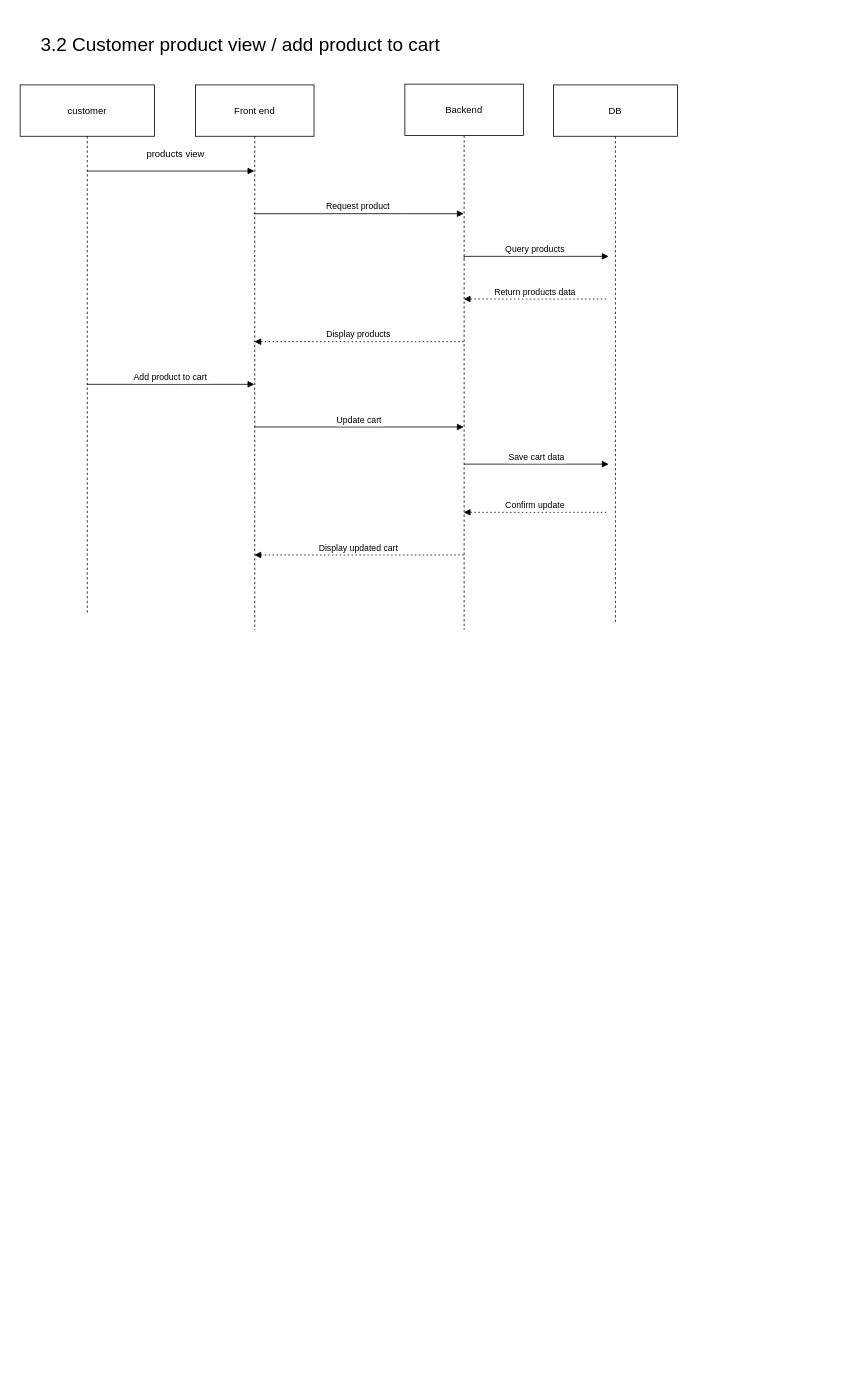
The draw.io diagram page "xem, add cart" (3 of 12) of frontend/public/diagrams/diagram.drawio in PhanDuy23/clothing-web, before the edit. Source tidied: cells renumbered, new cells numbered last; positions are measured from the earlier drawing's top-left corner, leaving out a move shared by most shapes. Both pictures are drawn from the tidied source at 79%, with x=0, y=0 at pixel (17, 27).
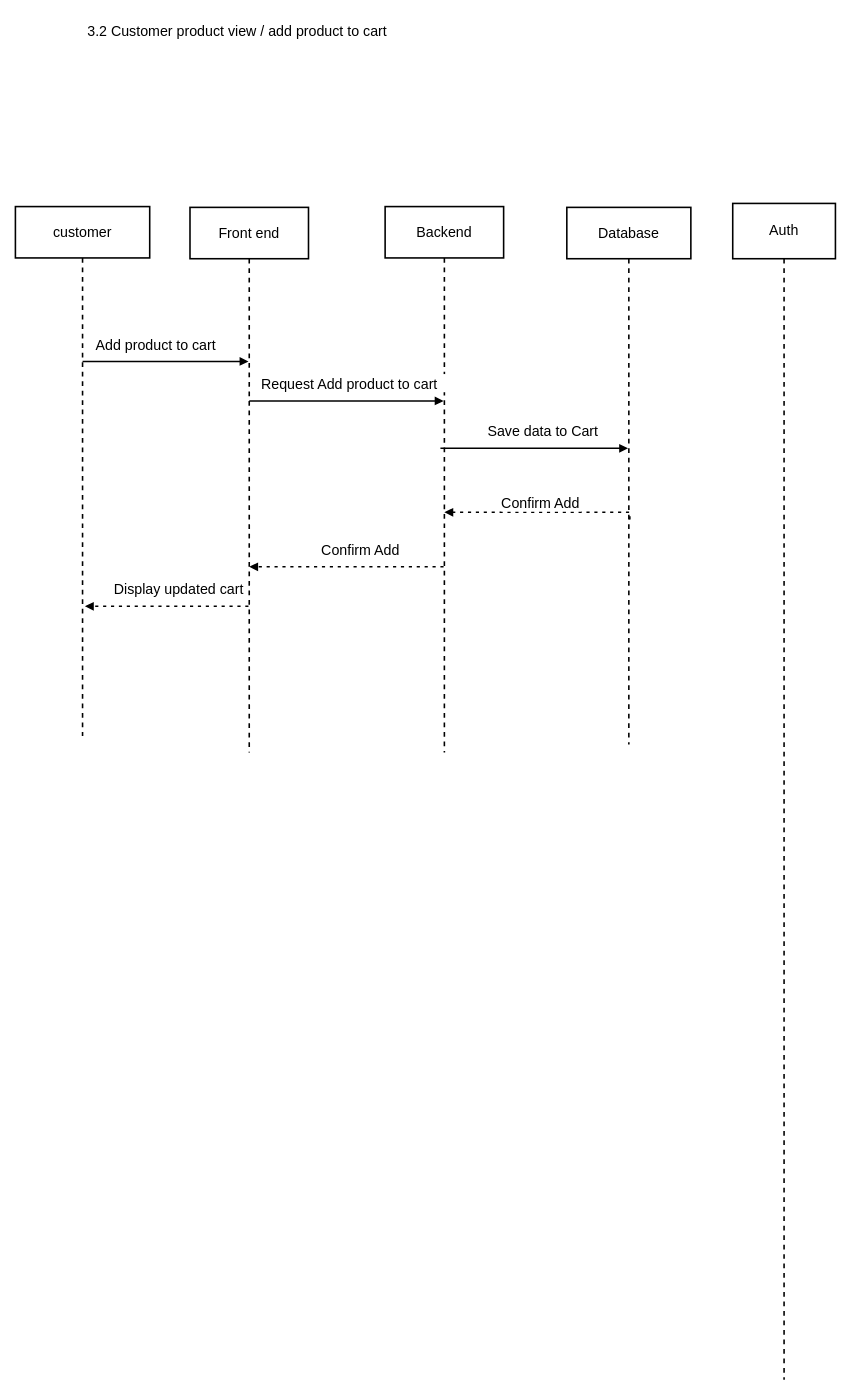
After the change.

The edit, as a diff of the source:
```diff
@@
-    <mxCell id="2" value="customer" style="shape=umlLifeline;perimeter=lifelinePerimeter;whiteSpace=wrap;outlineConnect=0;portConstraint=eastwest;newEdgeStyle={&quot;edgeStyle&quot;:&quot;elbowEdgeStyle&quot;,&quot;elbow&quot;:&quot;vertical&quot;,&quot;curved&quot;:0,&quot;rounded&quot;:0};size=65;" parent="1" vertex="1">
-      <mxGeometry x="4" y="73" width="170" height="670" as="geometry" />
+    <mxCell id="2" value="customer" style="shape=umlLifeline;perimeter=lifelinePerimeter;whiteSpace=wrap;outlineConnect=0;portConstraint=eastwest;newEdgeStyle={&quot;edgeStyle&quot;:&quot;elbowEdgeStyle&quot;,&quot;elbow&quot;:&quot;vertical&quot;,&quot;curved&quot;:0,&quot;rounded&quot;:0};size=65;strokeWidth=2;fontSize=18;" parent="1" vertex="1">
+      <mxGeometry x="-2" y="227" width="170" height="670" as="geometry" />
     </mxCell>
-    <mxCell id="3" value="Front end" style="shape=umlLifeline;perimeter=lifelinePerimeter;whiteSpace=wrap;outlineConnect=0;portConstraint=eastwest;newEdgeStyle={&quot;edgeStyle&quot;:&quot;elbowEdgeStyle&quot;,&quot;elbow&quot;:&quot;vertical&quot;,&quot;curved&quot;:0,&quot;rounded&quot;:0};size=65;" parent="1" vertex="1">
-      <mxGeometry x="226" y="73" width="150" height="690" as="geometry" />
+    <mxCell id="3" value="Front end" style="shape=umlLifeline;perimeter=lifelinePerimeter;whiteSpace=wrap;outlineConnect=0;portConstraint=eastwest;newEdgeStyle={&quot;edgeStyle&quot;:&quot;elbowEdgeStyle&quot;,&quot;elbow&quot;:&quot;vertical&quot;,&quot;curved&quot;:0,&quot;rounded&quot;:0};size=65;strokeWidth=2;fontSize=18;" parent="1" vertex="1">
+      <mxGeometry x="219" y="228" width="150" height="690" as="geometry" />
     </mxCell>
-    <mxCell id="4" value="Backend" style="shape=umlLifeline;perimeter=lifelinePerimeter;whiteSpace=wrap;outlineConnect=0;portConstraint=eastwest;newEdgeStyle={&quot;edgeStyle&quot;:&quot;elbowEdgeStyle&quot;,&quot;elbow&quot;:&quot;vertical&quot;,&quot;curved&quot;:0,&quot;rounded&quot;:0};size=65;fillStyle=auto;fillColor=default;rounded=0;" parent="1" vertex="1">
-      <mxGeometry x="491" y="72" width="150" height="691" as="geometry" />
+    <mxCell id="4" value="Backend" style="shape=umlLifeline;perimeter=lifelinePerimeter;whiteSpace=wrap;outlineConnect=0;portConstraint=eastwest;newEdgeStyle={&quot;edgeStyle&quot;:&quot;elbowEdgeStyle&quot;,&quot;elbow&quot;:&quot;vertical&quot;,&quot;curved&quot;:0,&quot;rounded&quot;:0};size=65;fillStyle=auto;fillColor=default;rounded=0;strokeWidth=2;fontSize=18;" parent="1" vertex="1">
+      <mxGeometry x="466" y="227" width="150" height="691" as="geometry" />
     </mxCell>
-    <mxCell id="5" value="DB" style="shape=umlLifeline;perimeter=lifelinePerimeter;whiteSpace=wrap;outlineConnect=0;portConstraint=eastwest;newEdgeStyle={&quot;edgeStyle&quot;:&quot;elbowEdgeStyle&quot;,&quot;elbow&quot;:&quot;vertical&quot;,&quot;curved&quot;:0,&quot;rounded&quot;:0};size=65;" parent="1" vertex="1">
-      <mxGeometry x="679" y="73" width="157" height="680" as="geometry" />
+    <mxCell id="5" value="Database" style="shape=umlLifeline;perimeter=lifelinePerimeter;whiteSpace=wrap;outlineConnect=0;portConstraint=eastwest;newEdgeStyle={&quot;edgeStyle&quot;:&quot;elbowEdgeStyle&quot;,&quot;elbow&quot;:&quot;vertical&quot;,&quot;curved&quot;:0,&quot;rounded&quot;:0};size=65;strokeWidth=2;fontSize=18;" parent="1" vertex="1">
+      <mxGeometry x="696" y="228" width="157" height="680" as="geometry" />
     </mxCell>
-    <mxCell id="6" style="verticalAlign=bottom;edgeStyle=elbowEdgeStyle;elbow=vertical;curved=0;rounded=0;endArrow=block;" parent="1" edge="1" source="2" target="3">
-      <mxGeometry relative="1" as="geometry">
-        <Array as="points">
-          <mxPoint x="223" y="182" />
-        </Array>
-      </mxGeometry>
-    </mxCell>
-    <mxCell id="7" value="Request product " style="verticalAlign=bottom;edgeStyle=elbowEdgeStyle;elbow=vertical;curved=0;rounded=0;endArrow=block;" parent="1" edge="1" source="3" target="4">
-      <mxGeometry relative="1" as="geometry">
-        <Array as="points">
-          <mxPoint x="485" y="236" />
-        </Array>
-      </mxGeometry>
-    </mxCell>
-    <mxCell id="8" value="Query products" style="verticalAlign=bottom;edgeStyle=elbowEdgeStyle;elbow=vertical;curved=0;rounded=0;endArrow=block;" parent="1" edge="1">
-      <mxGeometry relative="1" as="geometry">
-        <mxPoint x="566" y="293" as="sourcePoint" />
-        <mxPoint x="749" y="290" as="targetPoint" />
-        <Array as="points">
-          <mxPoint x="664" y="290" />
-        </Array>
-      </mxGeometry>
-    </mxCell>
-    <mxCell id="9" value="Return products data" style="verticalAlign=bottom;edgeStyle=elbowEdgeStyle;elbow=vertical;curved=0;rounded=0;dashed=1;dashPattern=2 3;endArrow=block;" parent="1" edge="1" target="4">
-      <mxGeometry relative="1" as="geometry">
-        <mxPoint x="746" y="344" as="sourcePoint" />
-        <Array as="points">
-          <mxPoint x="726" y="344" />
-        </Array>
-      </mxGeometry>
-    </mxCell>
-    <mxCell id="10" value="Display products" style="verticalAlign=bottom;edgeStyle=elbowEdgeStyle;elbow=vertical;curved=0;rounded=0;dashed=1;dashPattern=2 3;endArrow=block;" parent="1" edge="1" source="4" target="3">
-      <mxGeometry relative="1" as="geometry">
-        <Array as="points">
-          <mxPoint x="488" y="398" />
-        </Array>
-      </mxGeometry>
-    </mxCell>
-    <mxCell id="11" value="Add product to cart" style="verticalAlign=bottom;edgeStyle=elbowEdgeStyle;elbow=vertical;curved=0;rounded=0;endArrow=block;" parent="1" edge="1" source="2" target="3">
-      <mxGeometry relative="1" as="geometry">
+    <mxCell id="11" value="Add product to cart" style="verticalAlign=bottom;edgeStyle=elbowEdgeStyle;elbow=vertical;curved=0;rounded=0;endArrow=block;strokeWidth=2;fontSize=18;" parent="1" edge="1" source="2" target="3">
+      <mxGeometry x="-0.11" y="9" relative="1" as="geometry">
         <Array as="points">
+          <mxPoint x="216" y="423" />
           <mxPoint x="206" y="452" />
         </Array>
       </mxGeometry>
     </mxCell>
-    <mxCell id="12" value="Update cart" style="verticalAlign=bottom;edgeStyle=elbowEdgeStyle;elbow=vertical;curved=0;rounded=0;endArrow=block;" parent="1" edge="1" source="3" target="4">
-      <mxGeometry relative="1" as="geometry">
+    <mxCell id="12" value="Request Add product to cart  " style="verticalAlign=bottom;edgeStyle=elbowEdgeStyle;elbow=vertical;curved=0;rounded=0;endArrow=block;strokeWidth=2;fontSize=18;" parent="1" edge="1" source="3" target="4">
+      <mxGeometry x="0.07" y="10" relative="1" as="geometry">
         <Array as="points">
+          <mxPoint x="446" y="473" />
+          <mxPoint x="516" y="493" />
           <mxPoint x="485" y="506" />
         </Array>
       </mxGeometry>
     </mxCell>
-    <mxCell id="13" value="Save cart data" style="verticalAlign=bottom;edgeStyle=elbowEdgeStyle;elbow=vertical;curved=0;rounded=0;endArrow=block;" parent="1" edge="1">
-      <mxGeometry relative="1" as="geometry">
-        <mxPoint x="566" y="553" as="sourcePoint" />
-        <mxPoint x="749" y="553" as="targetPoint" />
+    <mxCell id="13" value="Save data to Cart" style="verticalAlign=bottom;edgeStyle=elbowEdgeStyle;elbow=vertical;curved=0;rounded=0;endArrow=block;strokeWidth=2;fontSize=18;" parent="1" edge="1" target="5">
+      <mxGeometry x="0.09" y="10" relative="1" as="geometry">
+        <mxPoint x="536" y="533" as="sourcePoint" />
         <Array as="points">
-          <mxPoint x="664" y="553" />
+          <mxPoint x="634" y="533" />
         </Array>
+        <mxPoint x="1" as="offset" />
       </mxGeometry>
     </mxCell>
-    <mxCell id="14" value="Confirm update" style="verticalAlign=bottom;edgeStyle=elbowEdgeStyle;elbow=vertical;curved=0;rounded=0;dashed=1;dashPattern=2 3;endArrow=block;" parent="1" edge="1" target="4">
+    <mxCell id="14" value="Confirm Add" style="verticalAlign=bottom;edgeStyle=elbowEdgeStyle;elbow=vertical;curved=0;rounded=0;dashed=1;dashPattern=2 3;endArrow=block;strokeWidth=2;fontSize=18;exitX=0.508;exitY=0.581;exitDx=0;exitDy=0;exitPerimeter=0;" parent="1" edge="1" source="5" target="4">
       <mxGeometry relative="1" as="geometry">
-        <mxPoint x="746" y="614" as="sourcePoint" />
         <Array as="points">
           <mxPoint x="726" y="614" />
         </Array>
       </mxGeometry>
     </mxCell>
-    <mxCell id="15" value="Display updated cart" style="verticalAlign=bottom;edgeStyle=elbowEdgeStyle;elbow=vertical;curved=0;rounded=0;dashed=1;dashPattern=2 3;endArrow=block;" parent="1" edge="1" source="4" target="3">
-      <mxGeometry relative="1" as="geometry">
+    <mxCell id="15" value="Confirm Add" style="verticalAlign=bottom;edgeStyle=elbowEdgeStyle;elbow=vertical;curved=0;rounded=0;dashed=1;dashPattern=2 3;endArrow=block;strokeWidth=2;fontSize=18;" parent="1" edge="1" target="3">
+      <mxGeometry x="-0.15" y="-10" relative="1" as="geometry">
+        <mxPoint x="540" y="683" as="sourcePoint" />
         <Array as="points">
-          <mxPoint x="488" y="668" />
+          <mxPoint x="436" y="683" />
+          <mxPoint x="426" y="653" />
         </Array>
       </mxGeometry>
     </mxCell>
-    <mxCell id="16" value="products view&lt;div&gt;&amp;nbsp;&lt;/div&gt;" style="text;html=1;align=center;verticalAlign=middle;whiteSpace=wrap;rounded=0;" parent="1" vertex="1">
-      <mxGeometry x="146" y="153" width="110" height="30" as="geometry" />
-    </mxCell>
-    <mxCell id="17" value="&lt;font style=&quot;font-size: 24px;&quot;&gt;3.2 Customer product view / add product to cart&lt;/font&gt;" style="text;html=1;align=center;verticalAlign=middle;whiteSpace=wrap;rounded=0;" parent="1" vertex="1">
-      <mxGeometry width="566" height="43" as="geometry" />
+    <mxCell id="17" value="&lt;font&gt;3.2 Customer product view / add product to cart&lt;/font&gt;" style="text;html=1;align=center;verticalAlign=middle;whiteSpace=wrap;rounded=0;strokeWidth=2;fontSize=18;" parent="1" vertex="1">
+      <mxGeometry x="-4" y="-17" width="566" height="43" as="geometry" />
     </mxCell>
+    <mxCell id="18" value="&lt;pre&gt;&lt;span&gt;&lt;font style=&quot;font-size: 18px;&quot; face=&quot;Helvetica&quot;&gt;Auth&lt;/font&gt;&lt;/span&gt;&lt;/pre&gt;" style="shape=umlLifeline;perimeter=lifelinePerimeter;whiteSpace=wrap;html=1;newEdgeStyle={&quot;curved&quot;:0,&quot;rounded&quot;:0};spacing=4;size=70;fontSize=21;strokeWidth=2;" parent="1" vertex="1">
+      <mxGeometry x="906" y="223" width="130" height="1489" as="geometry" />
+    </mxCell>
+    <mxCell id="19" value="Display updated cart" style="verticalAlign=bottom;edgeStyle=elbowEdgeStyle;elbow=vertical;curved=0;rounded=0;dashed=1;dashPattern=2 3;endArrow=block;strokeWidth=2;fontSize=18;" parent="1" edge="1" source="3">
+      <mxGeometry x="-0.15" y="-10" relative="1" as="geometry">
+        <mxPoint x="86" y="733" as="targetPoint" />
+        <Array as="points">
+          <mxPoint x="228" y="733" />
+          <mxPoint x="218" y="703" />
+        </Array>
+      </mxGeometry>
+    </mxCell>
```
